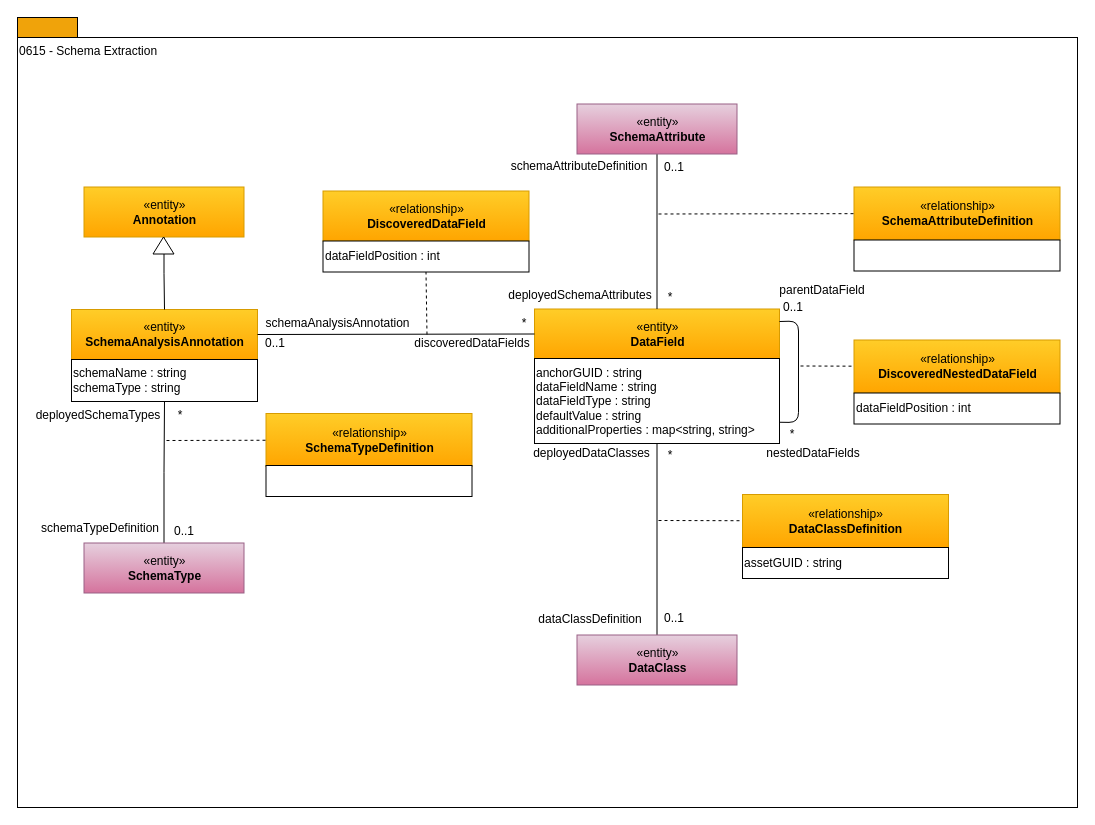
Above: page "0615 - Schema Extraction" (8 of 17) of open-metadata-publication/website/open-metadata-types/area-6-discovery.drawio in planetf1/egeria (draw.io), before the change. Source tidied: cells renumbered, new cells numbered last; positions are measured from the earlier drawing's top-left corner, leaving out a move shared by most shapes. Both pictures are drawn from the tidied source at 100%, with x=0, y=0 at pixel (17, 17).
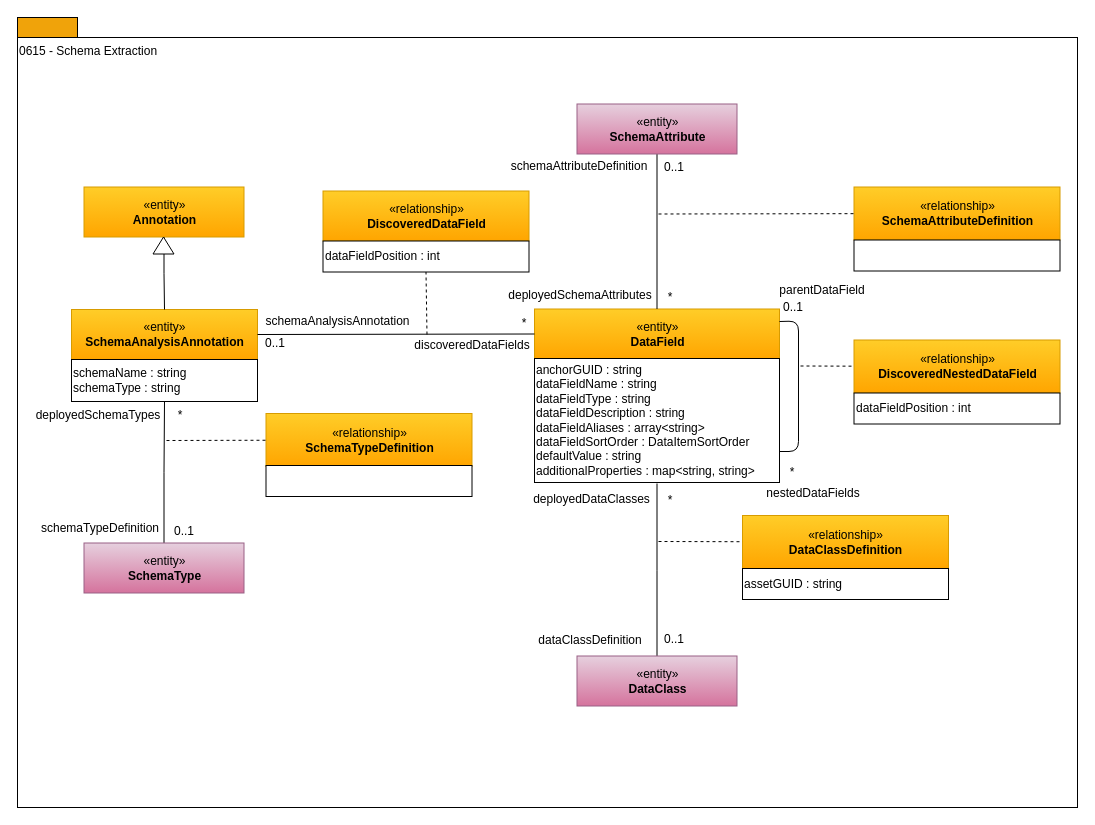
The same page after the edit.

The change refers to these unchanged cells:
```xml
<mxCell id="9" value="«entity»&lt;br&gt;&lt;b&gt;DataField&lt;/b&gt;" style="html=1;strokeColor=#d79b00;align=center;fillColor=#ffcd28;gradientColor=#ffa500;" parent="1" vertex="1">
  <mxGeometry x="517" y="291.5" width="245" height="50" as="geometry" />
</mxCell>
```

The edit, as a diff of the source:
```diff
@@
     <mxCell id="16" value="*" style="text;html=1;strokeColor=none;fillColor=none;align=center;verticalAlign=middle;whiteSpace=wrap;rounded=0;" parent="1" vertex="1">
-      <mxGeometry x="762" y="408" width="26" height="18" as="geometry" />
+      <mxGeometry x="762" y="446" width="26" height="18" as="geometry" />
     </mxCell>
@@
     <mxCell id="20" value="discoveredDataFields" style="text;html=1;strokeColor=none;fillColor=none;align=center;verticalAlign=middle;whiteSpace=wrap;rounded=0;" parent="1" vertex="1">
-      <mxGeometry x="393.5" y="316" width="122" height="20" as="geometry" />
+      <mxGeometry x="393.5" y="318" width="122" height="20" as="geometry" />
     </mxCell>
@@
     <mxCell id="22" value="nestedDataFields" style="text;html=1;strokeColor=none;fillColor=none;align=center;verticalAlign=middle;whiteSpace=wrap;rounded=0;" parent="1" vertex="1">
-      <mxGeometry x="740.5" y="426" width="110" height="20" as="geometry" />
+      <mxGeometry x="740.5" y="466" width="110" height="20" as="geometry" />
     </mxCell>
@@
     <mxCell id="24" style="endArrow=none;html=1;entryX=1;entryY=0.25;exitX=1;exitY=0.75;" parent="1" edge="1" source="26" target="9">
       <mxGeometry relative="1" as="geometry">
         <Array as="points">
-          <mxPoint x="781" y="405" />
+          <mxPoint x="781" y="434" />
           <mxPoint x="781" y="303.5" />
         </Array>
       </mxGeometry>
     </mxCell>
     <mxCell id="25" value="schemaAnalysisAnnotation" style="text;html=1;strokeColor=none;fillColor=none;align=center;verticalAlign=middle;whiteSpace=wrap;rounded=0;" parent="1" vertex="1">
-      <mxGeometry x="253" y="296" width="135" height="20" as="geometry" />
+      <mxGeometry x="253" y="294" width="135" height="20" as="geometry" />
     </mxCell>
-    <mxCell id="26" value="anchorGUID : string&lt;br&gt;dataFieldName : string&lt;br&gt;dataFieldType : string&lt;br&gt;defaultValue : string&lt;br&gt;additionalProperties : map&amp;lt;string, string&amp;gt;" style="rounded=0;whiteSpace=wrap;html=1;strokeColor=#000000;gradientColor=#ffffff;align=left;" parent="1" vertex="1">
-      <mxGeometry x="517" y="341" width="245" height="85" as="geometry" />
+    <mxCell id="26" value="anchorGUID : string&lt;br&gt;dataFieldName : string&lt;br&gt;dataFieldType : string&lt;br&gt;dataFieldDescription : string&lt;br&gt;dataFieldAliases : array&amp;lt;string&amp;gt;&lt;br&gt;dataFieldSortOrder : DataItemSortOrder&lt;br&gt;defaultValue : string&lt;br&gt;additionalProperties : map&amp;lt;string, string&amp;gt;" style="rounded=0;whiteSpace=wrap;html=1;strokeColor=#000000;gradientColor=#ffffff;align=left;" parent="1" vertex="1">
+      <mxGeometry x="517" y="341" width="245" height="124" as="geometry" />
     </mxCell>
@@
-    <mxCell id="45" style="edgeStyle=orthogonalEdgeStyle;rounded=0;html=1;endArrow=none;endFill=0;jettySize=auto;" parent="1" edge="1" source="46" target="26">
-      <mxGeometry relative="1" as="geometry" />
+    <mxCell id="45" style="edgeStyle=orthogonalEdgeStyle;rounded=0;html=1;endArrow=none;endFill=0;jettySize=auto;" parent="1" edge="1" source="46">
+      <mxGeometry relative="1" as="geometry">
+        <mxPoint x="639.5" y="466" as="targetPoint" />
+      </mxGeometry>
     </mxCell>
     <mxCell id="46" value="«entity»&lt;br&gt;&lt;b&gt;DataClass&lt;/b&gt;" style="html=1;strokeColor=#996185;align=center;fillColor=#e6d0de;gradientColor=#d5739d;" parent="1" vertex="1">
-      <mxGeometry x="559.5" y="617.5" width="160" height="50" as="geometry" />
+      <mxGeometry x="559.5" y="638.5" width="160" height="50" as="geometry" />
     </mxCell>
     <mxCell id="47" value="*" style="text;html=1;strokeColor=none;fillColor=none;align=center;verticalAlign=middle;whiteSpace=wrap;rounded=0;" parent="1" vertex="1">
-      <mxGeometry x="639.5" y="428.5" width="26" height="18" as="geometry" />
+      <mxGeometry x="639.5" y="473.5" width="26" height="18" as="geometry" />
     </mxCell>
     <mxCell id="48" value="«relationship»&lt;br&gt;&lt;b&gt;DataClassDefinition&lt;/b&gt;" style="html=1;strokeColor=#d79b00;align=center;fillColor=#ffcd28;gradientColor=#ffa500;" parent="1" vertex="1">
-      <mxGeometry x="725" y="477" width="206" height="53" as="geometry" />
+      <mxGeometry x="725" y="498" width="206" height="53" as="geometry" />
     </mxCell>
     <mxCell id="49" style="endArrow=none;dashed=1;html=1;" parent="1" edge="1" target="48">
       <mxGeometry relative="1" as="geometry">
-        <mxPoint x="641" y="503" as="sourcePoint" />
+        <mxPoint x="641" y="524" as="sourcePoint" />
       </mxGeometry>
     </mxCell>
     <mxCell id="50" value="&lt;span&gt;assetGUID : string&lt;/span&gt;" style="rounded=0;whiteSpace=wrap;html=1;strokeColor=#000000;gradientColor=#ffffff;align=left;" parent="1" vertex="1">
-      <mxGeometry x="725" y="530" width="206" height="31" as="geometry" />
+      <mxGeometry x="725" y="551" width="206" height="31" as="geometry" />
     </mxCell>
     <mxCell id="51" value="0..1" style="text;html=1;strokeColor=none;fillColor=none;align=center;verticalAlign=middle;whiteSpace=wrap;rounded=0;" parent="1" vertex="1">
-      <mxGeometry x="643.5" y="592" width="26" height="18" as="geometry" />
+      <mxGeometry x="643.5" y="613" width="26" height="18" as="geometry" />
     </mxCell>
     <mxCell id="52" value="dataClassDefinition" style="text;html=1;strokeColor=none;fillColor=none;align=center;verticalAlign=middle;whiteSpace=wrap;rounded=0;" parent="1" vertex="1">
-      <mxGeometry x="511.5" y="592" width="122" height="20" as="geometry" />
+      <mxGeometry x="511.5" y="613" width="122" height="20" as="geometry" />
     </mxCell>
     <mxCell id="53" value="deployedDataClasses" style="text;html=1;strokeColor=none;fillColor=none;align=center;verticalAlign=middle;whiteSpace=wrap;rounded=0;" parent="1" vertex="1">
-      <mxGeometry x="509.5" y="425.5" width="129" height="20" as="geometry" />
+      <mxGeometry x="509.5" y="471.5" width="129" height="20" as="geometry" />
     </mxCell>
```
